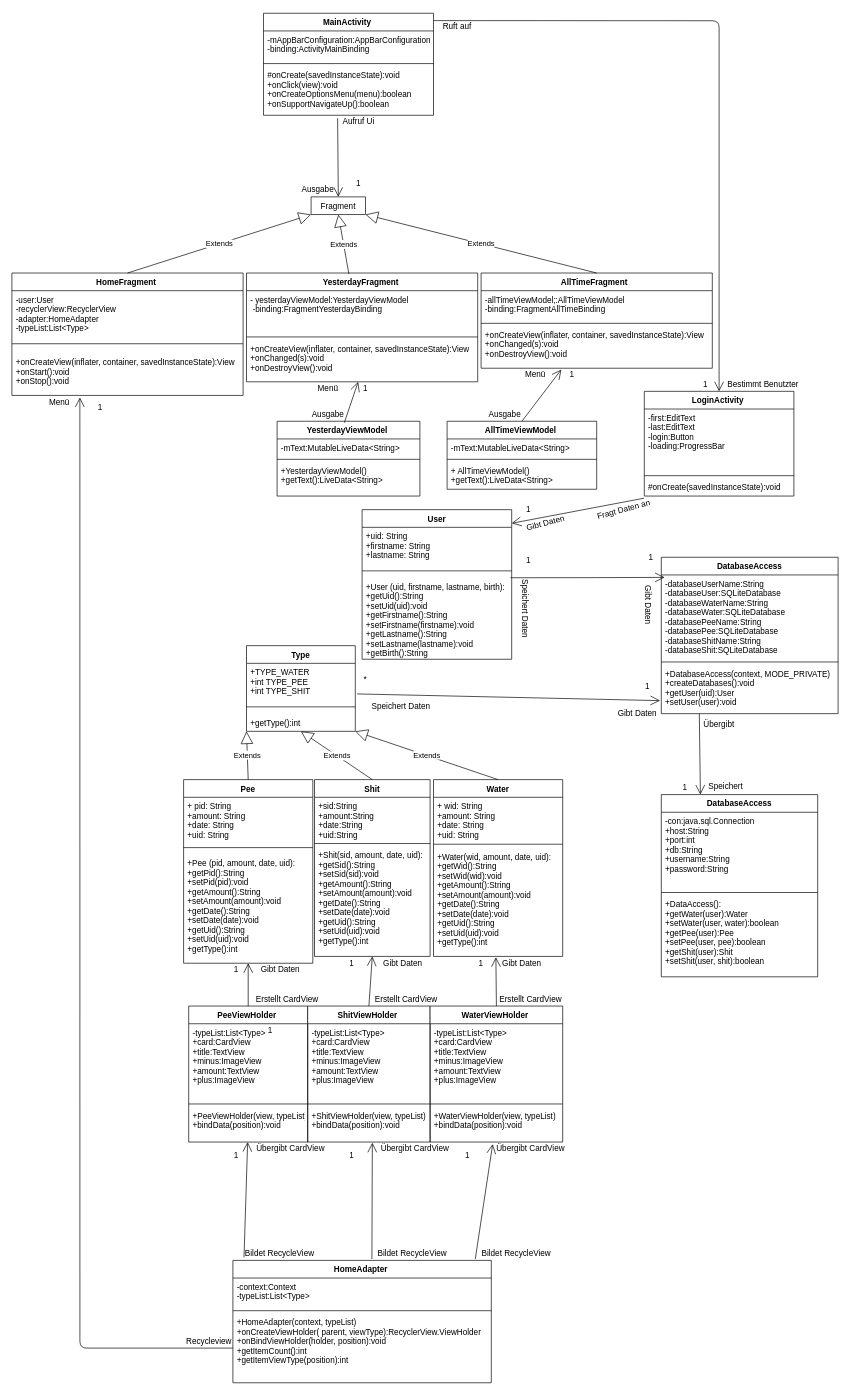
Earlier version of the draw.io diagram Diagramme/Copy of Klassendiagramm.drawio (olisonsturm/LifestyleTracker). Source tidied: cells renumbered, new cells numbered last; positions are measured from the earlier drawing's top-left corner, leaving out a move shared by most shapes. Both pictures are drawn from the tidied source at 68%, with x=0, y=0 at pixel (12, 13).
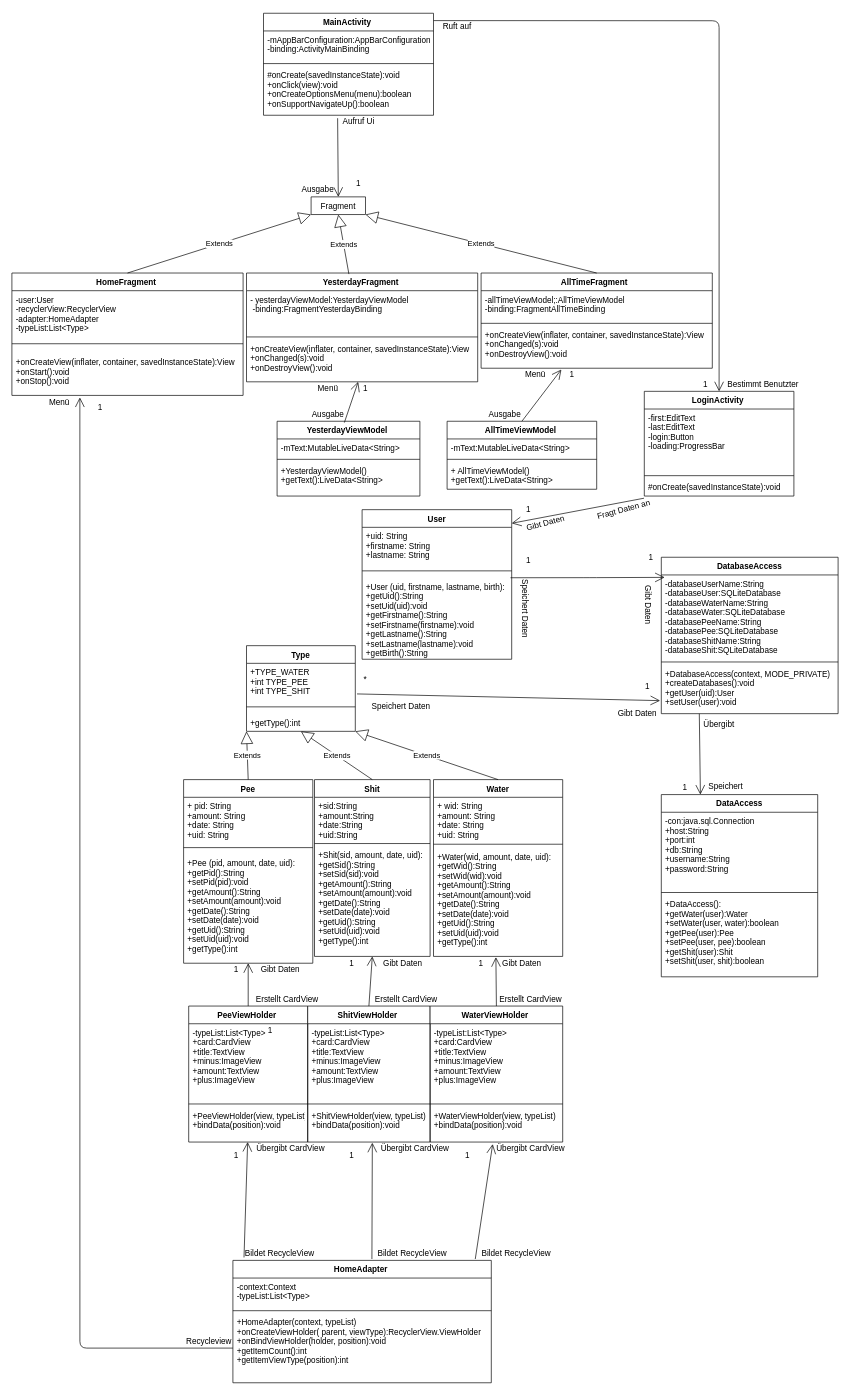
Above is the later version.

What changed in the source:
```diff
@@
-    <mxCell id="58" value="DatabaseAccess" style="swimlane;fontStyle=1;align=center;verticalAlign=top;horizontal=1;startSize=26;" parent="1" vertex="1">
+    <mxCell id="58" value="DataAccess" style="swimlane;fontStyle=1;align=center;verticalAlign=top;horizontal=1;startSize=26;" parent="1" vertex="1">
       <mxGeometry x="955" y="1149" width="230" height="268" as="geometry" />
     </mxCell>
```
